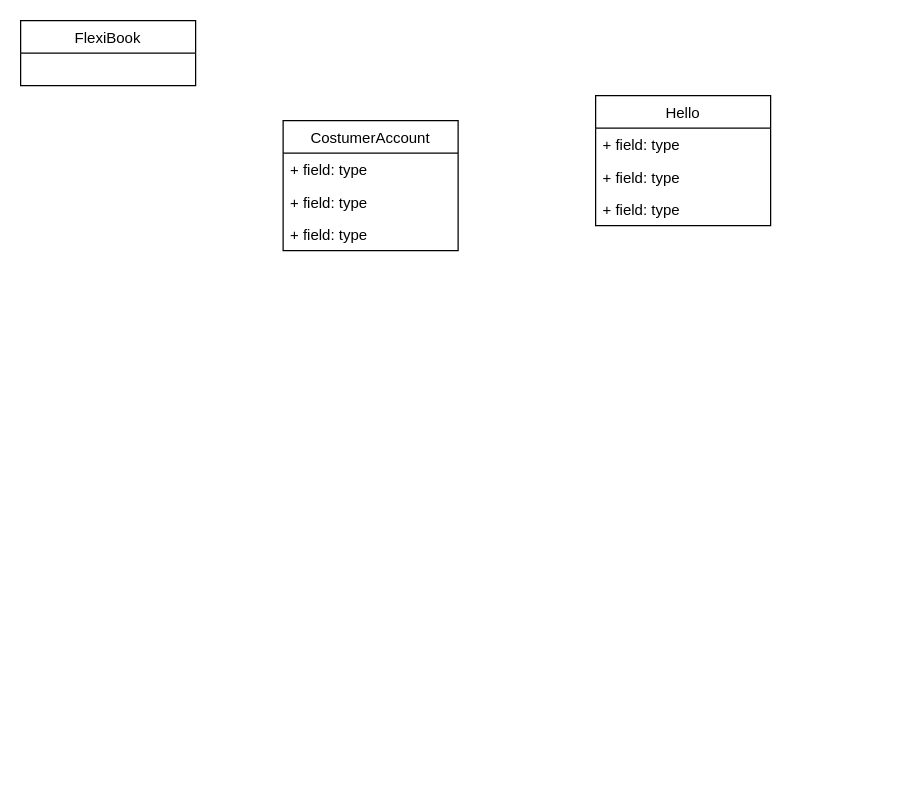
chivatam/FlexiBook keeps this draw.io diagram as FlexiBook.drawio. Above is the earlier version. Source tidied: cells renumbered, new cells numbered last; positions are measured from the earlier drawing's top-left corner, leaving out a move shared by most shapes. Both pictures are drawn from the tidied source at 125%, with x=0, y=0 at pixel (20, 20).
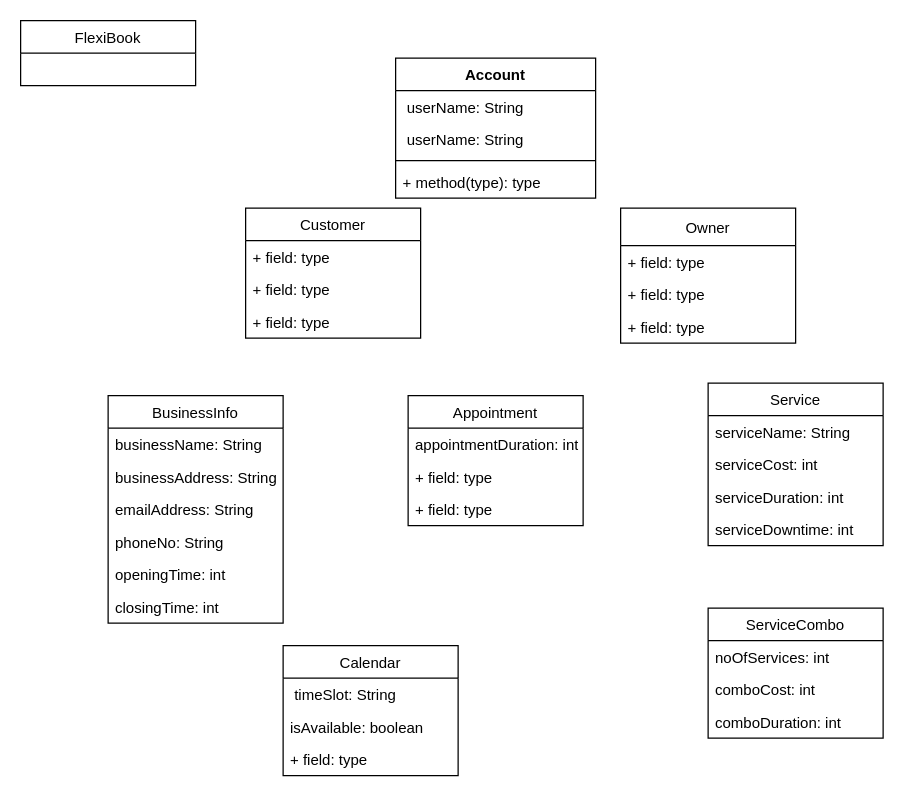
Above is the later version.

Diff of the diagram source:
```diff
@@
-    <mxCell id="3" value="CostumerAccount" style="swimlane;fontStyle=0;horizontal=1;startSize=26;fillColor=none;" parent="1" vertex="1">
-      <mxGeometry x="210" y="80" width="140" height="104" as="geometry" />
-    </mxCell>
-    <mxCell id="4" value="+ field: type" style="text;strokeColor=none;fillColor=none;align=left;verticalAlign=top;spacingLeft=4;spacingRight=4;overflow=hidden;" parent="3" vertex="1">
-      <mxGeometry y="26" width="140" height="26" as="geometry" />
-    </mxCell>
-    <mxCell id="5" value="+ field: type" style="text;strokeColor=none;fillColor=none;align=left;verticalAlign=top;spacingLeft=4;spacingRight=4;overflow=hidden;" parent="3" vertex="1">
-      <mxGeometry y="52" width="140" height="26" as="geometry" />
-    </mxCell>
-    <mxCell id="6" value="+ field: type" style="text;strokeColor=none;fillColor=none;align=left;verticalAlign=top;spacingLeft=4;spacingRight=4;overflow=hidden;" parent="3" vertex="1">
-      <mxGeometry y="78" width="140" height="26" as="geometry" />
-    </mxCell>
-    <mxCell id="7" value="Hello" style="swimlane;fontStyle=0;horizontal=1;startSize=26;fillColor=none;" parent="1" vertex="1">
-      <mxGeometry x="460" y="60" width="140" height="104" as="geometry" />
-    </mxCell>
-    <mxCell id="8" value="+ field: type" style="text;strokeColor=none;fillColor=none;align=left;verticalAlign=top;spacingLeft=4;spacingRight=4;overflow=hidden;" parent="7" vertex="1">
-      <mxGeometry y="26" width="140" height="26" as="geometry" />
-    </mxCell>
-    <mxCell id="9" value="+ field: type" style="text;strokeColor=none;fillColor=none;align=left;verticalAlign=top;spacingLeft=4;spacingRight=4;overflow=hidden;" parent="7" vertex="1">
-      <mxGeometry y="52" width="140" height="26" as="geometry" />
-    </mxCell>
-    <mxCell id="10" value="+ field: type" style="text;strokeColor=none;fillColor=none;align=left;verticalAlign=top;spacingLeft=4;spacingRight=4;overflow=hidden;" parent="7" vertex="1">
-      <mxGeometry y="78" width="140" height="26" as="geometry" />
-    </mxCell>
+    <mxCell id="11" value="Account&#10;" style="swimlane;fontStyle=1;align=center;verticalAlign=top;horizontal=1;startSize=26;" parent="1" vertex="1">
+      <mxGeometry x="300" y="30" width="160" height="112" as="geometry" />
+    </mxCell>
+    <mxCell id="12" value=" userName: String" style="text;strokeColor=none;fillColor=none;align=left;verticalAlign=top;spacingLeft=4;spacingRight=4;overflow=hidden;" parent="11" vertex="1">
+      <mxGeometry y="26" width="160" height="26" as="geometry" />
+    </mxCell>
+    <mxCell id="13" value=" userName: String" style="text;strokeColor=none;fillColor=none;align=left;verticalAlign=top;spacingLeft=4;spacingRight=4;overflow=hidden;" parent="11" vertex="1">
+      <mxGeometry y="52" width="160" height="26" as="geometry" />
+    </mxCell>
+    <mxCell id="14" style="line;strokeWidth=1;fillColor=none;align=left;verticalAlign=middle;spacingTop=-1;spacingLeft=3;spacingRight=3;labelPosition=right;" parent="11" vertex="1">
+      <mxGeometry y="78" width="160" height="8" as="geometry" />
+    </mxCell>
+    <mxCell id="15" value="+ method(type): type" style="text;strokeColor=none;fillColor=none;align=left;verticalAlign=top;spacingLeft=4;spacingRight=4;overflow=hidden;" parent="11" vertex="1">
+      <mxGeometry y="86" width="160" height="26" as="geometry" />
+    </mxCell>
+    <mxCell id="16" value="Customer" style="swimlane;fontStyle=0;horizontal=1;startSize=26;fillColor=none;" parent="1" vertex="1">
+      <mxGeometry x="180" y="150" width="140" height="104" as="geometry" />
+    </mxCell>
+    <mxCell id="17" value="+ field: type" style="text;strokeColor=none;fillColor=none;align=left;verticalAlign=top;spacingLeft=4;spacingRight=4;overflow=hidden;" parent="16" vertex="1">
+      <mxGeometry y="26" width="140" height="26" as="geometry" />
+    </mxCell>
+    <mxCell id="18" value="+ field: type" style="text;strokeColor=none;fillColor=none;align=left;verticalAlign=top;spacingLeft=4;spacingRight=4;overflow=hidden;" parent="16" vertex="1">
+      <mxGeometry y="52" width="140" height="26" as="geometry" />
+    </mxCell>
+    <mxCell id="19" value="+ field: type" style="text;strokeColor=none;fillColor=none;align=left;verticalAlign=top;spacingLeft=4;spacingRight=4;overflow=hidden;" parent="16" vertex="1">
+      <mxGeometry y="78" width="140" height="26" as="geometry" />
+    </mxCell>
+    <mxCell id="20" value="Owner" style="swimlane;fontStyle=0;horizontal=1;startSize=30;fillColor=none;" parent="1" vertex="1">
+      <mxGeometry x="480" y="150" width="140" height="108" as="geometry" />
+    </mxCell>
+    <mxCell id="21" value="+ field: type" style="text;strokeColor=none;fillColor=none;align=left;verticalAlign=top;spacingLeft=4;spacingRight=4;overflow=hidden;" parent="20" vertex="1">
+      <mxGeometry y="30" width="140" height="26" as="geometry" />
+    </mxCell>
+    <mxCell id="22" value="+ field: type" style="text;strokeColor=none;fillColor=none;align=left;verticalAlign=top;spacingLeft=4;spacingRight=4;overflow=hidden;" parent="20" vertex="1">
+      <mxGeometry y="56" width="140" height="26" as="geometry" />
+    </mxCell>
+    <mxCell id="23" value="+ field: type" style="text;strokeColor=none;fillColor=none;align=left;verticalAlign=top;spacingLeft=4;spacingRight=4;overflow=hidden;" parent="20" vertex="1">
+      <mxGeometry y="82" width="140" height="26" as="geometry" />
+    </mxCell>
+    <mxCell id="24" value="BusinessInfo" style="swimlane;fontStyle=0;horizontal=1;startSize=26;fillColor=none;" parent="1" vertex="1">
+      <mxGeometry x="70" y="300" width="140" height="182" as="geometry" />
+    </mxCell>
+    <mxCell id="25" value="businessName: String" style="text;strokeColor=none;fillColor=none;align=left;verticalAlign=top;spacingLeft=4;spacingRight=4;overflow=hidden;" parent="24" vertex="1">
+      <mxGeometry y="26" width="140" height="26" as="geometry" />
+    </mxCell>
+    <mxCell id="26" value="businessAddress: String&#10;" style="text;strokeColor=none;fillColor=none;align=left;verticalAlign=top;spacingLeft=4;spacingRight=4;overflow=hidden;" parent="24" vertex="1">
+      <mxGeometry y="52" width="140" height="26" as="geometry" />
+    </mxCell>
+    <mxCell id="27" value="emailAddress: String&#10;" style="text;strokeColor=none;fillColor=none;align=left;verticalAlign=top;spacingLeft=4;spacingRight=4;overflow=hidden;" parent="24" vertex="1">
+      <mxGeometry y="78" width="140" height="26" as="geometry" />
+    </mxCell>
+    <mxCell id="28" value="phoneNo: String&#10;" style="text;strokeColor=none;fillColor=none;align=left;verticalAlign=top;spacingLeft=4;spacingRight=4;overflow=hidden;" parent="24" vertex="1">
+      <mxGeometry y="104" width="140" height="26" as="geometry" />
+    </mxCell>
+    <mxCell id="29" value="openingTime: int" style="text;strokeColor=none;fillColor=none;align=left;verticalAlign=top;spacingLeft=4;spacingRight=4;overflow=hidden;" parent="24" vertex="1">
+      <mxGeometry y="130" width="140" height="26" as="geometry" />
+    </mxCell>
+    <mxCell id="30" value="closingTime: int" style="text;strokeColor=none;fillColor=none;align=left;verticalAlign=top;spacingLeft=4;spacingRight=4;overflow=hidden;" parent="24" vertex="1">
+      <mxGeometry y="156" width="140" height="26" as="geometry" />
+    </mxCell>
+    <mxCell id="31" value="Appointment" style="swimlane;fontStyle=0;horizontal=1;startSize=26;fillColor=none;" parent="1" vertex="1">
+      <mxGeometry x="310" y="300" width="140" height="104" as="geometry" />
+    </mxCell>
+    <mxCell id="32" value="appointmentDuration: int" style="text;strokeColor=none;fillColor=none;align=left;verticalAlign=top;spacingLeft=4;spacingRight=4;overflow=hidden;" parent="31" vertex="1">
+      <mxGeometry y="26" width="140" height="26" as="geometry" />
+    </mxCell>
+    <mxCell id="33" value="+ field: type" style="text;strokeColor=none;fillColor=none;align=left;verticalAlign=top;spacingLeft=4;spacingRight=4;overflow=hidden;" parent="31" vertex="1">
+      <mxGeometry y="52" width="140" height="26" as="geometry" />
+    </mxCell>
+    <mxCell id="34" value="+ field: type" style="text;strokeColor=none;fillColor=none;align=left;verticalAlign=top;spacingLeft=4;spacingRight=4;overflow=hidden;" parent="31" vertex="1">
+      <mxGeometry y="78" width="140" height="26" as="geometry" />
+    </mxCell>
+    <mxCell id="35" value="Service" style="swimlane;fontStyle=0;horizontal=1;startSize=26;fillColor=none;" parent="1" vertex="1">
+      <mxGeometry x="550" y="290" width="140" height="130" as="geometry" />
+    </mxCell>
+    <mxCell id="36" value="serviceName: String" style="text;strokeColor=none;fillColor=none;align=left;verticalAlign=top;spacingLeft=4;spacingRight=4;overflow=hidden;" parent="35" vertex="1">
+      <mxGeometry y="26" width="140" height="26" as="geometry" />
+    </mxCell>
+    <mxCell id="37" value="serviceCost: int" style="text;strokeColor=none;fillColor=none;align=left;verticalAlign=top;spacingLeft=4;spacingRight=4;overflow=hidden;" parent="35" vertex="1">
+      <mxGeometry y="52" width="140" height="26" as="geometry" />
+    </mxCell>
+    <mxCell id="38" value="serviceDuration: int" style="text;strokeColor=none;fillColor=none;align=left;verticalAlign=top;spacingLeft=4;spacingRight=4;overflow=hidden;" parent="35" vertex="1">
+      <mxGeometry y="78" width="140" height="26" as="geometry" />
+    </mxCell>
+    <mxCell id="39" value="serviceDowntime: int" style="text;strokeColor=none;fillColor=none;align=left;verticalAlign=top;spacingLeft=4;spacingRight=4;overflow=hidden;" parent="35" vertex="1">
+      <mxGeometry y="104" width="140" height="26" as="geometry" />
+    </mxCell>
+    <mxCell id="40" value="Calendar" style="swimlane;fontStyle=0;horizontal=1;startSize=26;fillColor=none;" parent="1" vertex="1">
+      <mxGeometry x="210" y="500" width="140" height="104" as="geometry" />
+    </mxCell>
+    <mxCell id="41" value=" timeSlot: String" style="text;strokeColor=none;fillColor=none;align=left;verticalAlign=top;spacingLeft=4;spacingRight=4;overflow=hidden;" parent="40" vertex="1">
+      <mxGeometry y="26" width="140" height="26" as="geometry" />
+    </mxCell>
+    <mxCell id="42" value="isAvailable: boolean" style="text;strokeColor=none;fillColor=none;align=left;verticalAlign=top;spacingLeft=4;spacingRight=4;overflow=hidden;" parent="40" vertex="1">
+      <mxGeometry y="52" width="140" height="26" as="geometry" />
+    </mxCell>
+    <mxCell id="43" value="+ field: type" style="text;strokeColor=none;fillColor=none;align=left;verticalAlign=top;spacingLeft=4;spacingRight=4;overflow=hidden;" parent="40" vertex="1">
+      <mxGeometry y="78" width="140" height="26" as="geometry" />
+    </mxCell>
+    <mxCell id="44" value="ServiceCombo" style="swimlane;fontStyle=0;horizontal=1;startSize=26;fillColor=none;" parent="1" vertex="1">
+      <mxGeometry x="550" y="470" width="140" height="104" as="geometry" />
+    </mxCell>
+    <mxCell id="45" value="noOfServices: int" style="text;strokeColor=none;fillColor=none;align=left;verticalAlign=top;spacingLeft=4;spacingRight=4;overflow=hidden;" parent="44" vertex="1">
+      <mxGeometry y="26" width="140" height="26" as="geometry" />
+    </mxCell>
+    <mxCell id="46" value="comboCost: int" style="text;strokeColor=none;fillColor=none;align=left;verticalAlign=top;spacingLeft=4;spacingRight=4;overflow=hidden;" parent="44" vertex="1">
+      <mxGeometry y="52" width="140" height="26" as="geometry" />
+    </mxCell>
+    <mxCell id="47" value="comboDuration: int" style="text;strokeColor=none;fillColor=none;align=left;verticalAlign=top;spacingLeft=4;spacingRight=4;overflow=hidden;" parent="44" vertex="1">
+      <mxGeometry y="78" width="140" height="26" as="geometry" />
+    </mxCell>
```
